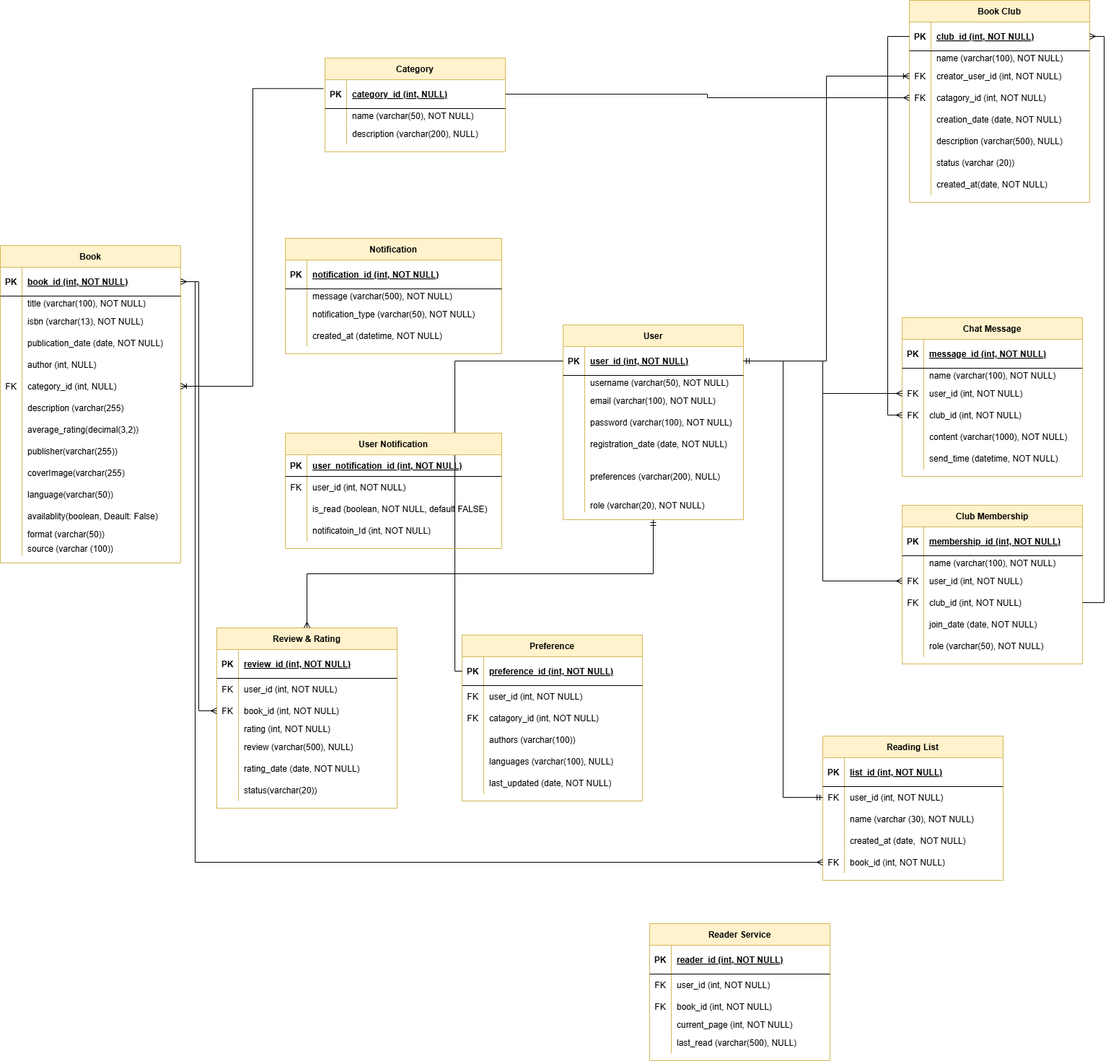
Above: New folder/Untitled Diagram.drawio.png in Kkgenkai/Draw.io (draw.io), before the change. Source tidied: cells renumbered, new cells last; positions are measured from the earlier drawing's top-left corner, leaving out a move shared by most shapes.
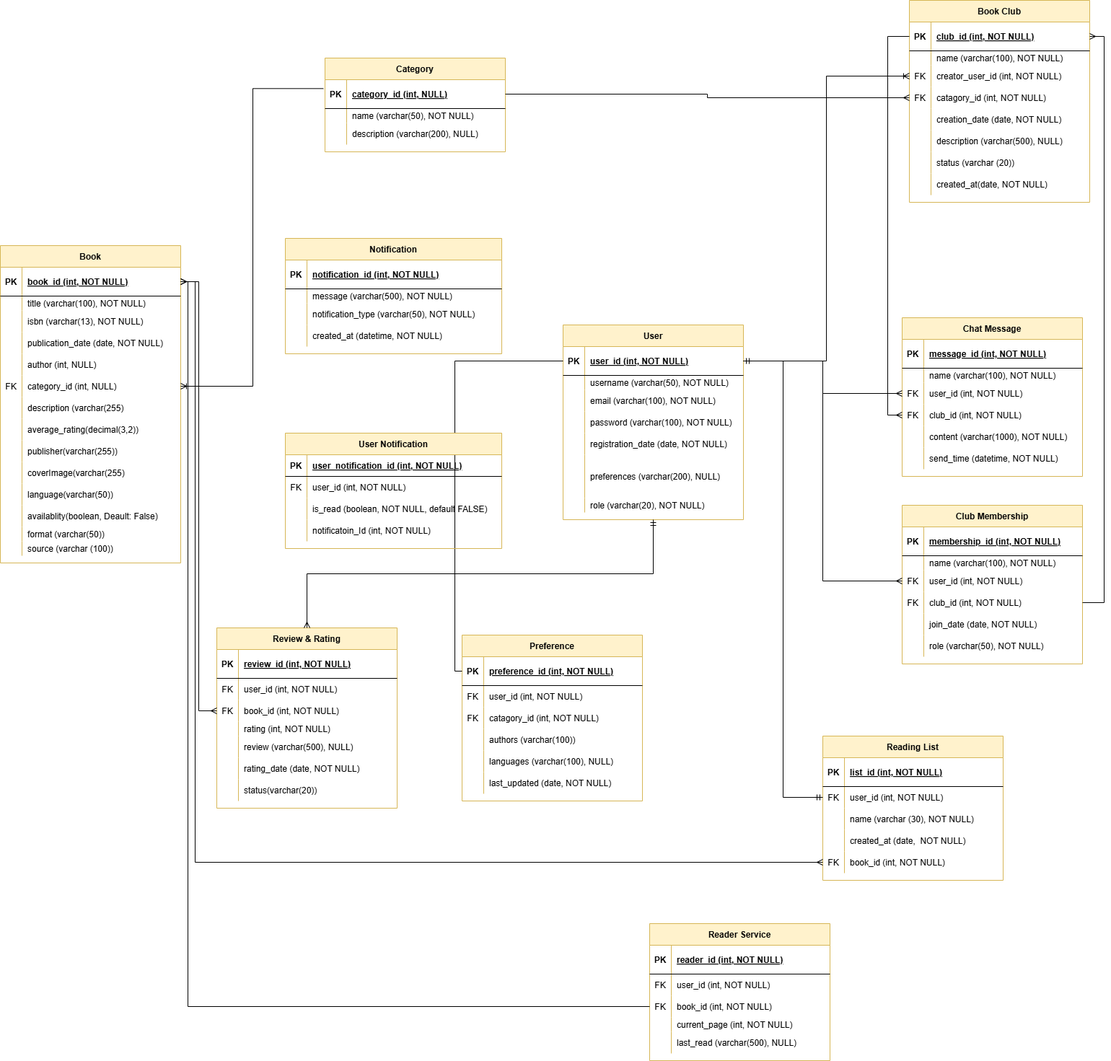
The same file after the commit.

The edit, as a diff of the source:
```diff
@@ -754,5 +754,13 @@
     <mxCell id="250" value="last_read (varchar(500), NULL)" style="shape=partialRectangle;overflow=hidden;fillColor=none;top=0;left=0;bottom=0;right=0;align=left;spacingLeft=6;" parent="248" vertex="1">
       <mxGeometry x="30" width="220" height="30" as="geometry" />
     </mxCell>
+    <mxCell id="251" style="edgeStyle=orthogonalEdgeStyle;fontSize=12;html=1;endArrow=ERmany;rounded=0;exitX=0;exitY=0.5;exitDx=0;exitDy=0;entryX=1;entryY=0.5;entryDx=0;entryDy=0;" parent="1" edge="1" source="242" target="25">
+      <mxGeometry relative="1" as="geometry">
+        <Array as="points">
+          <mxPoint x="260" y="1395" />
+          <mxPoint x="260" y="390" />
+        </Array>
+      </mxGeometry>
+    </mxCell>
   </root>
 </mxGraphModel>
```
